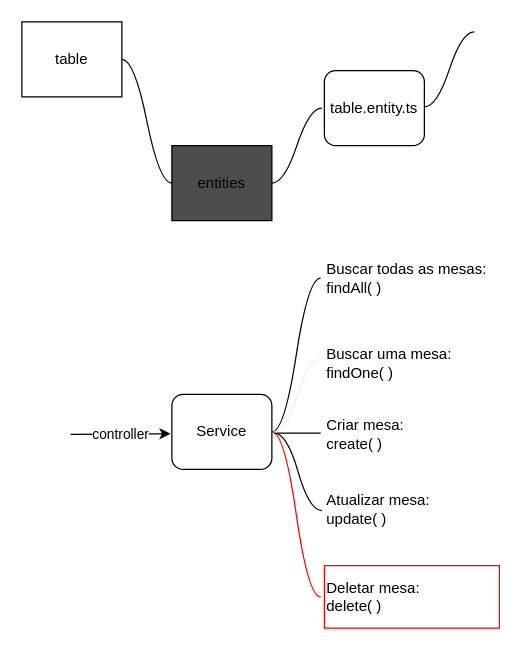
SandroXC/pizza-fresh-server keeps this draw.io diagram as page "Entities (contin II)" (7 of 7) of table.drawio. Above is the earlier version. Source tidied: cells renumbered, new cells numbered last; positions are measured from the earlier drawing's top-left corner, leaving out a move shared by most shapes. Both pictures are drawn from the tidied source at 125%, with x=0, y=0 at pixel (21, 21).
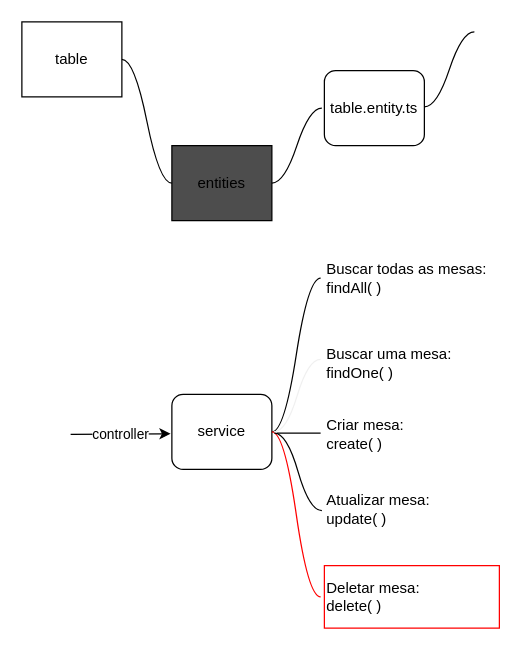
Above is the later version.

The edit, as a diff of the source:
```diff
@@
-    <mxCell id="6" value="Service" style="rounded=1;whiteSpace=wrap;html=1;" parent="1" vertex="1">
+    <mxCell id="6" value="service" style="rounded=1;whiteSpace=wrap;html=1;" parent="1" vertex="1">
       <mxGeometry x="120" y="298" width="80" height="60" as="geometry" />
     </mxCell>
```
